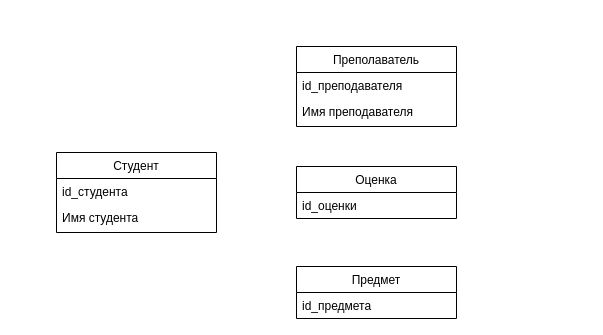
pytonuserouner/UML_study keeps this draw.io diagram as Допзадание модуля 12.drawio. Above is the earlier version. Source tidied: cells renumbered, new cells numbered last; positions are measured from the earlier drawing's top-left corner, leaving out a move shared by most shapes. Both pictures are drawn from the tidied source at 100%, with x=0, y=0 at pixel (56, 46).
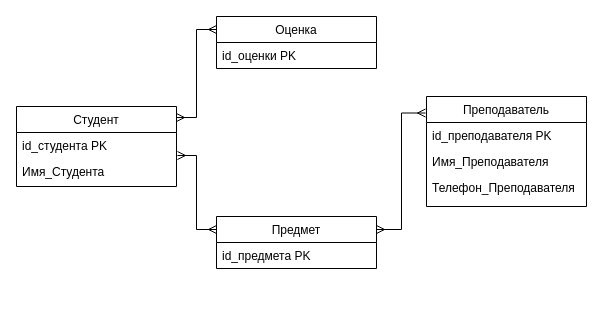
After the change.

Change to the diagram source:
```diff
@@
 <mxGraphModel>
   <root>
     <mxCell id="0" />
     <mxCell id="1" parent="0" />
     <mxCell id="2" value="Студент" style="swimlane;fontStyle=0;align=center;verticalAlign=top;horizontal=1;startSize=26;rounded=0;shadow=0;strokeWidth=1;" parent="1" vertex="1">
-      <mxGeometry y="106" width="160" height="80" as="geometry" />
+      <mxGeometry x="-40" y="60" width="160" height="80" as="geometry" />
     </mxCell>
-    <mxCell id="3" value="id_студента" style="text;align=left;verticalAlign=top;spacingLeft=4;spacingRight=4;overflow=hidden;points=[[0,0.5],[1,0.5]];portConstraint=eastwest;" parent="2" vertex="1">
+    <mxCell id="3" value="id_студента PK" style="text;align=left;verticalAlign=top;spacingLeft=4;spacingRight=4;overflow=hidden;points=[[0,0.5],[1,0.5]];portConstraint=eastwest;" parent="2" vertex="1">
       <mxGeometry y="26" width="160" height="26" as="geometry" />
     </mxCell>
-    <mxCell id="4" value="Имя студента" style="text;align=left;verticalAlign=top;spacingLeft=4;spacingRight=4;overflow=hidden;rounded=0;shadow=0;html=0;" parent="2" vertex="1">
+    <mxCell id="4" value="Имя_Студента" style="text;align=left;verticalAlign=top;spacingLeft=4;spacingRight=4;overflow=hidden;rounded=0;shadow=0;html=0;" parent="2" vertex="1">
       <mxGeometry y="52" width="160" height="26" as="geometry" />
     </mxCell>
-    <mxCell id="5" value="Преполаватель" style="swimlane;fontStyle=0;align=center;verticalAlign=top;horizontal=1;startSize=26;rounded=0;shadow=0;strokeWidth=1;" parent="1" vertex="1">
-      <mxGeometry x="240" width="160" height="80" as="geometry" />
+    <mxCell id="5" value="Преподаватель" style="swimlane;fontStyle=0;align=center;verticalAlign=top;horizontal=1;startSize=26;rounded=0;shadow=0;strokeWidth=1;" parent="1" vertex="1">
+      <mxGeometry x="370" y="50" width="160" height="110" as="geometry" />
     </mxCell>
-    <mxCell id="6" value="id_преподавателя" style="text;align=left;verticalAlign=top;spacingLeft=4;spacingRight=4;overflow=hidden;" parent="5" vertex="1">
+    <mxCell id="6" value="id_преподавателя PK" style="text;align=left;verticalAlign=top;spacingLeft=4;spacingRight=4;overflow=hidden;" parent="5" vertex="1">
       <mxGeometry y="26" width="160" height="26" as="geometry" />
     </mxCell>
-    <mxCell id="7" value="Имя преподавателя" style="text;align=left;verticalAlign=top;spacingLeft=4;spacingRight=4;overflow=hidden;rounded=0;shadow=0;html=0;" parent="5" vertex="1">
+    <mxCell id="7" value="Имя_Преподавателя" style="text;align=left;verticalAlign=top;spacingLeft=4;spacingRight=4;overflow=hidden;rounded=0;shadow=0;html=0;" parent="5" vertex="1">
       <mxGeometry y="52" width="160" height="26" as="geometry" />
     </mxCell>
+    <mxCell id="12" value="Телефон_Преподавателя" style="text;align=left;verticalAlign=top;spacingLeft=4;spacingRight=4;overflow=hidden;rounded=0;shadow=0;html=0;" parent="5" vertex="1">
+      <mxGeometry y="78" width="160" height="26" as="geometry" />
+    </mxCell>
     <mxCell id="8" value="Предмет" style="swimlane;fontStyle=0;align=center;verticalAlign=top;horizontal=1;startSize=26;rounded=0;shadow=0;strokeWidth=1;" parent="1" vertex="1">
-      <mxGeometry x="240" y="220" width="160" height="52" as="geometry" />
+      <mxGeometry x="160" y="170" width="160" height="52" as="geometry" />
     </mxCell>
-    <mxCell id="9" value="id_предмета" style="text;align=left;verticalAlign=top;spacingLeft=4;spacingRight=4;overflow=hidden;" parent="8" vertex="1">
+    <mxCell id="9" value="id_предмета PK" style="text;align=left;verticalAlign=top;spacingLeft=4;spacingRight=4;overflow=hidden;" parent="8" vertex="1">
       <mxGeometry y="26" width="160" height="26" as="geometry" />
     </mxCell>
     <mxCell id="10" value="Оценка" style="swimlane;fontStyle=0;align=center;verticalAlign=top;horizontal=1;startSize=26;rounded=0;shadow=0;strokeWidth=1;" parent="1" vertex="1">
-      <mxGeometry x="240" y="120" width="160" height="52" as="geometry" />
+      <mxGeometry x="160" y="-30" width="160" height="52" as="geometry" />
     </mxCell>
-    <mxCell id="11" value="id_оценки" style="text;align=left;verticalAlign=top;spacingLeft=4;spacingRight=4;overflow=hidden;" parent="10" vertex="1">
+    <mxCell id="11" value="id_оценки PK" style="text;align=left;verticalAlign=top;spacingLeft=4;spacingRight=4;overflow=hidden;" parent="10" vertex="1">
       <mxGeometry y="26" width="160" height="26" as="geometry" />
     </mxCell>
+    <mxCell id="13" style="edgeStyle=orthogonalEdgeStyle;fontSize=12;html=1;endArrow=ERmany;startArrow=ERmany;rounded=0;entryX=0;entryY=0.25;entryDx=0;entryDy=0;exitX=1;exitY=0.138;exitDx=0;exitDy=0;exitPerimeter=0;" parent="1" edge="1" source="2" target="10">
+      <mxGeometry relative="1" as="geometry" />
+    </mxCell>
+    <mxCell id="14" style="edgeStyle=orthogonalEdgeStyle;fontSize=12;html=1;endArrow=ERmany;startArrow=ERmany;rounded=0;exitX=1;exitY=0.25;exitDx=0;exitDy=0;entryX=-0.006;entryY=0.15;entryDx=0;entryDy=0;entryPerimeter=0;" parent="1" edge="1" source="8" target="5">
+      <mxGeometry relative="1" as="geometry" />
+    </mxCell>
+    <mxCell id="15" style="edgeStyle=orthogonalEdgeStyle;fontSize=12;html=1;endArrow=ERmany;startArrow=ERmany;rounded=0;entryX=1.006;entryY=0.885;entryDx=0;entryDy=0;entryPerimeter=0;exitX=0;exitY=0.25;exitDx=0;exitDy=0;" parent="1" edge="1" source="8" target="3">
+      <mxGeometry relative="1" as="geometry" />
+    </mxCell>
   </root>
 </mxGraphModel>
```
